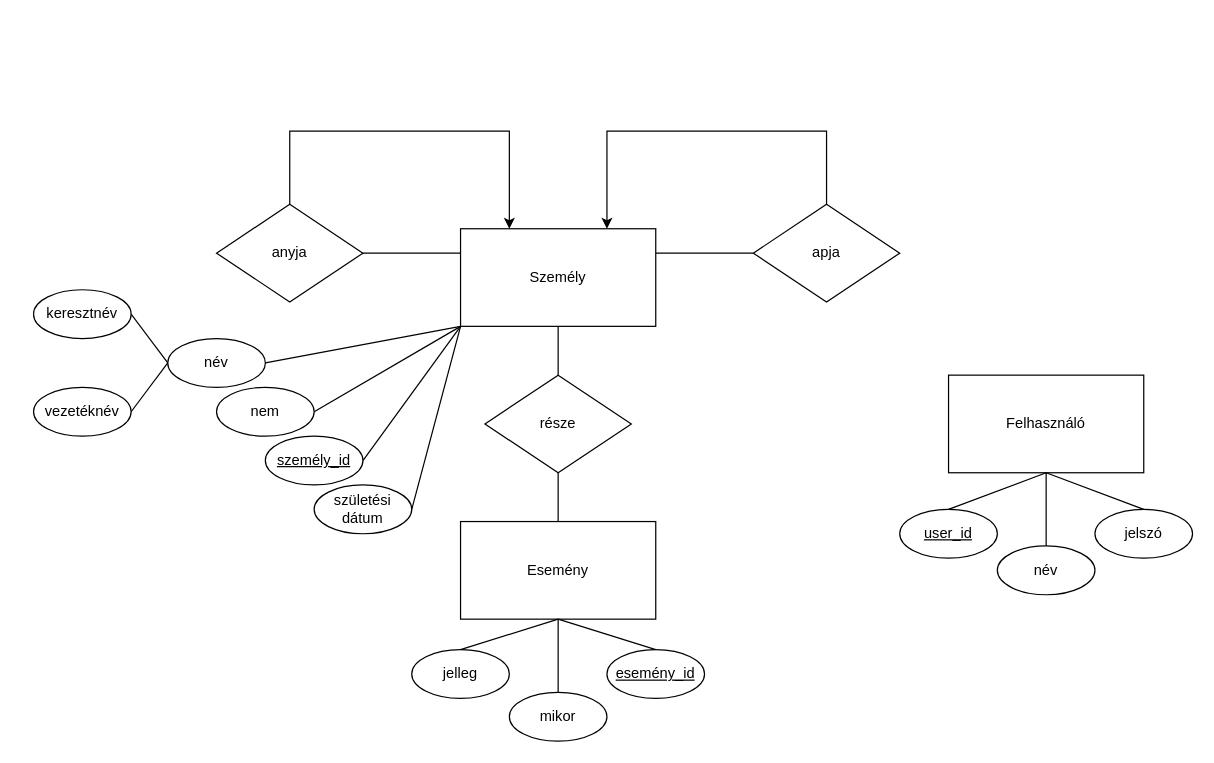
Before: Családfa EK.drawio in bodorcy/adatb_csaladfa, a draw.io diagram. Source tidied: cells renumbered, new cells numbered last; positions are measured from the earlier drawing's top-left corner, leaving out a move shared by most shapes. Both pictures are drawn from the tidied source at 122%, with x=0, y=0 at pixel (33, 131).
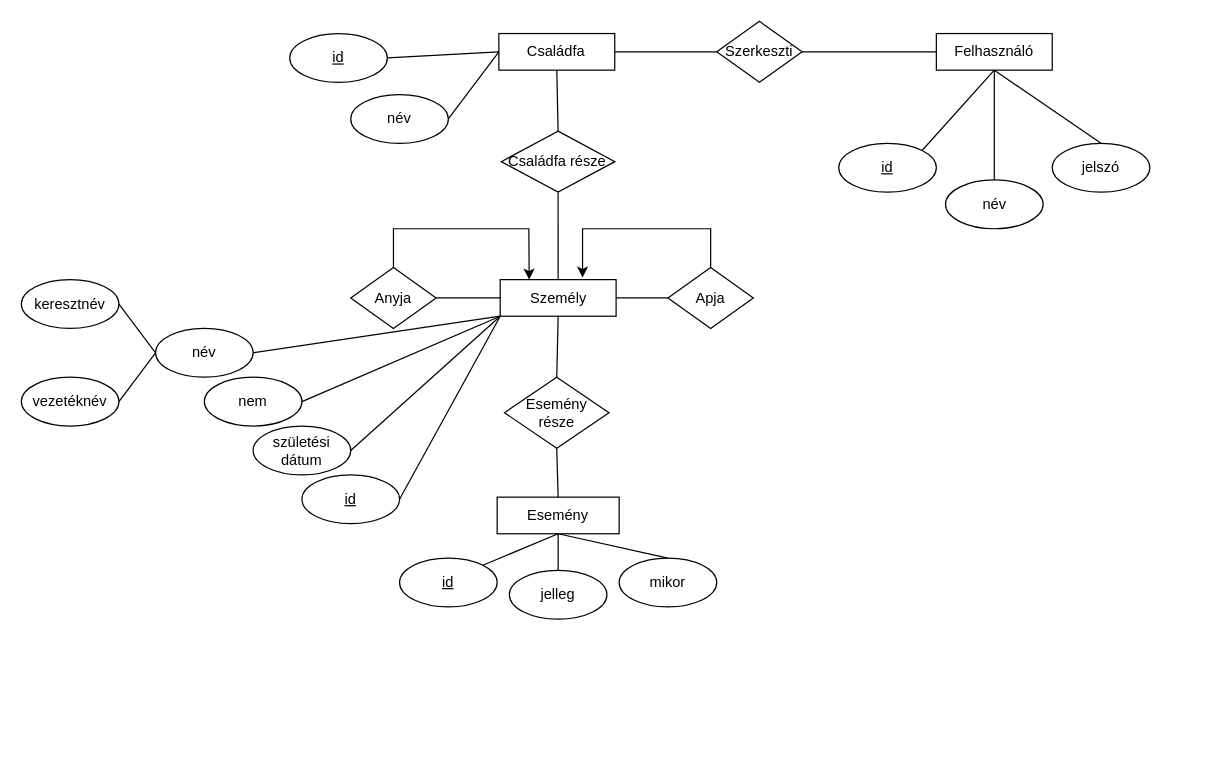
Above is the later version.

The edit, as a diff of the source:
```diff
@@
     <mxCell id="2" value="Személy" style="rounded=0;whiteSpace=wrap;html=1;" parent="1" vertex="1">
-      <mxGeometry x="350" y="80" width="160" height="80" as="geometry" />
+      <mxGeometry x="382.5" y="121.7" width="95" height="30" as="geometry" />
     </mxCell>
     <mxCell id="3" value="név" style="ellipse;whiteSpace=wrap;html=1;" parent="1" vertex="1">
-      <mxGeometry x="110" y="170" width="80" height="40" as="geometry" />
+      <mxGeometry x="100" y="161.7" width="80" height="40" as="geometry" />
     </mxCell>
     <mxCell id="4" value="&lt;div&gt;vezetéknév&lt;/div&gt;" style="ellipse;whiteSpace=wrap;html=1;" parent="1" vertex="1">
-      <mxGeometry y="210" width="80" height="40" as="geometry" />
+      <mxGeometry x="-10" y="201.7" width="80" height="40" as="geometry" />
     </mxCell>
     <mxCell id="5" value="&lt;div&gt;keresztnév&lt;/div&gt;" style="ellipse;whiteSpace=wrap;html=1;" parent="1" vertex="1">
-      <mxGeometry y="130" width="80" height="40" as="geometry" />
+      <mxGeometry x="-10" y="121.7" width="80" height="40" as="geometry" />
     </mxCell>
@@
     <mxCell id="9" value="nem" style="ellipse;whiteSpace=wrap;html=1;" parent="1" vertex="1">
-      <mxGeometry x="150" y="210" width="80" height="40" as="geometry" />
+      <mxGeometry x="140" y="201.7" width="80" height="40" as="geometry" />
     </mxCell>
     <mxCell id="10" value="születési dátum" style="ellipse;whiteSpace=wrap;html=1;" parent="1" vertex="1">
-      <mxGeometry x="230" y="290" width="80" height="40" as="geometry" />
+      <mxGeometry x="180" y="241.7" width="80" height="40" as="geometry" />
     </mxCell>
-    <mxCell id="11" value="&lt;u&gt;személy_id&lt;/u&gt;" style="ellipse;whiteSpace=wrap;html=1;" parent="1" vertex="1">
-      <mxGeometry x="190" y="250" width="80" height="40" as="geometry" />
-    </mxCell>
@@
-    <mxCell id="13" style="endArrow=none;html=1;rounded=0;entryX=0;entryY=1;entryDx=0;entryDy=0;exitX=1;exitY=0.5;exitDx=0;exitDy=0;" parent="1" edge="1" source="11" target="2">
-      <mxGeometry relative="1" as="geometry" />
-    </mxCell>
@@
-    <mxCell id="15" value="anyja" style="rhombus;whiteSpace=wrap;html=1;" parent="1" vertex="1">
-      <mxGeometry x="150" y="60" width="120" height="80" as="geometry" />
+    <mxCell id="15" value="Anyja" style="rhombus;whiteSpace=wrap;html=1;" parent="1" vertex="1">
+      <mxGeometry x="260" y="111.7" width="70" height="50" as="geometry" />
     </mxCell>
-    <mxCell id="16" value="apja" style="rhombus;whiteSpace=wrap;html=1;" parent="1" vertex="1">
-      <mxGeometry x="590" y="60" width="120" height="80" as="geometry" />
+    <mxCell id="16" value="Apja" style="rhombus;whiteSpace=wrap;html=1;" parent="1" vertex="1">
+      <mxGeometry x="520" y="111.7" width="70" height="50" as="geometry" />
     </mxCell>
-    <mxCell id="17" style="endArrow=none;html=1;rounded=0;exitX=1;exitY=0.5;exitDx=0;exitDy=0;entryX=0;entryY=0.25;entryDx=0;entryDy=0;" parent="1" edge="1" source="15" target="2">
+    <mxCell id="17" style="endArrow=none;html=1;rounded=0;exitX=1;exitY=0.5;exitDx=0;exitDy=0;entryX=0;entryY=0.5;entryDx=0;entryDy=0;" parent="1" edge="1" source="15" target="2">
       <mxGeometry relative="1" as="geometry" />
     </mxCell>
-    <mxCell id="18" style="endArrow=none;html=1;rounded=0;exitX=1;exitY=0.25;exitDx=0;exitDy=0;entryX=0;entryY=0.5;entryDx=0;entryDy=0;" parent="1" edge="1" source="2" target="16">
+    <mxCell id="18" style="endArrow=none;html=1;rounded=0;exitX=1;exitY=0.5;exitDx=0;exitDy=0;entryX=0;entryY=0.5;entryDx=0;entryDy=0;" parent="1" edge="1" source="2" target="16">
       <mxGeometry relative="1" as="geometry" />
     </mxCell>
     <mxCell id="19" style="endArrow=classic;html=1;rounded=0;exitX=0.5;exitY=0;exitDx=0;exitDy=0;entryX=0.25;entryY=0;entryDx=0;entryDy=0;" parent="1" edge="1" source="15" target="2">
       <mxGeometry relative="1" as="geometry">
         <Array as="points">
-          <mxPoint x="210" />
-          <mxPoint x="390" />
+          <mxPoint x="295" y="80" />
+          <mxPoint x="406" y="80" />
         </Array>
       </mxGeometry>
     </mxCell>
-    <mxCell id="20" style="endArrow=classic;html=1;rounded=0;exitX=0.5;exitY=0;exitDx=0;exitDy=0;entryX=0.75;entryY=0;entryDx=0;entryDy=0;" parent="1" edge="1" source="16" target="2">
+    <mxCell id="20" style="endArrow=classic;html=1;rounded=0;exitX=0.5;exitY=0;exitDx=0;exitDy=0;" parent="1" edge="1" source="16">
       <mxGeometry relative="1" as="geometry">
+        <mxPoint x="450" y="120" as="targetPoint" />
         <Array as="points">
-          <mxPoint x="650" />
-          <mxPoint x="470" />
+          <mxPoint x="555" y="80" />
+          <mxPoint x="450" y="80" />
         </Array>
       </mxGeometry>
     </mxCell>
-    <mxCell id="21" value="Esemény" style="rounded=0;whiteSpace=wrap;html=1;" parent="1" vertex="1">
-      <mxGeometry x="350" y="320" width="160" height="80" as="geometry" />
-    </mxCell>
-    <mxCell id="22" value="&lt;u&gt;esemény_id&lt;/u&gt;" style="ellipse;whiteSpace=wrap;html=1;" parent="1" vertex="1">
-      <mxGeometry x="470" y="425" width="80" height="40" as="geometry" />
-    </mxCell>
     <mxCell id="23" value="mikor" style="ellipse;whiteSpace=wrap;html=1;" parent="1" vertex="1">
-      <mxGeometry x="390" y="460" width="80" height="40" as="geometry" />
+      <mxGeometry x="480" y="350" width="80" height="40" as="geometry" />
     </mxCell>
     <mxCell id="24" value="jelleg" style="ellipse;whiteSpace=wrap;html=1;" parent="1" vertex="1">
-      <mxGeometry x="310" y="425" width="80" height="40" as="geometry" />
+      <mxGeometry x="390" y="360" width="80" height="40" as="geometry" />
     </mxCell>
-    <mxCell id="25" style="endArrow=none;html=1;rounded=0;entryX=0.5;entryY=1;entryDx=0;entryDy=0;exitX=0.5;exitY=0;exitDx=0;exitDy=0;" parent="1" edge="1" source="24" target="21">
-      <mxGeometry relative="1" as="geometry" />
+    <mxCell id="25" style="endArrow=none;html=1;rounded=0;entryX=0.5;entryY=1;entryDx=0;entryDy=0;exitX=0.5;exitY=0;exitDx=0;exitDy=0;" parent="1" edge="1" source="24">
+      <mxGeometry relative="1" as="geometry">
+        <mxPoint x="430" y="330" as="targetPoint" />
+      </mxGeometry>
     </mxCell>
-    <mxCell id="26" style="endArrow=none;html=1;rounded=0;entryX=0.5;entryY=1;entryDx=0;entryDy=0;exitX=0.5;exitY=0;exitDx=0;exitDy=0;" parent="1" edge="1" source="23" target="21">
-      <mxGeometry relative="1" as="geometry" />
+    <mxCell id="26" style="endArrow=none;html=1;rounded=0;entryX=0.5;entryY=1;entryDx=0;entryDy=0;exitX=0.5;exitY=0;exitDx=0;exitDy=0;" parent="1" edge="1" source="23">
+      <mxGeometry relative="1" as="geometry">
+        <mxPoint x="430" y="330" as="targetPoint" />
+      </mxGeometry>
     </mxCell>
-    <mxCell id="27" style="endArrow=none;html=1;rounded=0;entryX=0.5;entryY=1;entryDx=0;entryDy=0;exitX=0.5;exitY=0;exitDx=0;exitDy=0;" parent="1" edge="1" source="22" target="21">
-      <mxGeometry relative="1" as="geometry" />
-    </mxCell>
-    <mxCell id="28" value="része" style="rhombus;whiteSpace=wrap;html=1;" parent="1" vertex="1">
-      <mxGeometry x="370" y="200" width="120" height="80" as="geometry" />
-    </mxCell>
@@
-    <mxCell id="30" style="endArrow=none;html=1;rounded=0;entryX=0.5;entryY=1;entryDx=0;entryDy=0;exitX=0.5;exitY=0;exitDx=0;exitDy=0;" parent="1" edge="1" source="21" target="28">
-      <mxGeometry relative="1" as="geometry" />
-    </mxCell>
     <mxCell id="31" value="Felhasználó" style="rounded=0;whiteSpace=wrap;html=1;" parent="1" vertex="1">
-      <mxGeometry x="750" y="200" width="160" height="80" as="geometry" />
+      <mxGeometry x="740" y="-80" width="95" height="30" as="geometry" />
     </mxCell>
-    <mxCell id="32" value="&lt;u&gt;user_id&lt;/u&gt;" style="ellipse;whiteSpace=wrap;html=1;" parent="1" vertex="1">
-      <mxGeometry x="710" y="310" width="80" height="40" as="geometry" />
+    <mxCell id="32" value="&lt;u&gt;id&lt;/u&gt;" style="ellipse;whiteSpace=wrap;html=1;" parent="1" vertex="1">
+      <mxGeometry x="660" y="10" width="80" height="40" as="geometry" />
     </mxCell>
     <mxCell id="33" value="név" style="ellipse;whiteSpace=wrap;html=1;" parent="1" vertex="1">
-      <mxGeometry x="790" y="340" width="80" height="40" as="geometry" />
+      <mxGeometry x="747.5" y="40" width="80" height="40" as="geometry" />
     </mxCell>
     <mxCell id="34" value="jelszó" style="ellipse;whiteSpace=wrap;html=1;" parent="1" vertex="1">
-      <mxGeometry x="870" y="310" width="80" height="40" as="geometry" />
+      <mxGeometry x="835" y="10" width="80" height="40" as="geometry" />
     </mxCell>
-    <mxCell id="35" style="endArrow=none;html=1;rounded=0;entryX=0.5;entryY=1;entryDx=0;entryDy=0;exitX=0.5;exitY=0;exitDx=0;exitDy=0;" parent="1" edge="1" target="31">
-      <mxGeometry relative="1" as="geometry">
-        <mxPoint x="750" y="310" as="sourcePoint" />
-      </mxGeometry>
+    <mxCell id="35" style="endArrow=none;html=1;rounded=0;entryX=0.5;entryY=1;entryDx=0;entryDy=0;exitX=1;exitY=0;exitDx=0;exitDy=0;" parent="1" edge="1" source="32" target="31">
+      <mxGeometry relative="1" as="geometry" />
     </mxCell>
-    <mxCell id="36" style="endArrow=none;html=1;rounded=0;exitX=0.5;exitY=0;exitDx=0;exitDy=0;" parent="1" edge="1" source="33">
-      <mxGeometry relative="1" as="geometry">
-        <mxPoint x="830" y="280" as="targetPoint" />
-      </mxGeometry>
+    <mxCell id="36" style="endArrow=none;html=1;rounded=0;exitX=0.5;exitY=0;exitDx=0;exitDy=0;entryX=0.5;entryY=1;entryDx=0;entryDy=0;" parent="1" edge="1" source="33" target="31">
+      <mxGeometry relative="1" as="geometry" />
     </mxCell>
-    <mxCell id="37" style="endArrow=none;html=1;rounded=0;exitX=0.5;exitY=0;exitDx=0;exitDy=0;" parent="1" edge="1" source="34">
-      <mxGeometry relative="1" as="geometry">
-        <mxPoint x="830" y="280" as="targetPoint" />
-      </mxGeometry>
+    <mxCell id="37" style="endArrow=none;html=1;rounded=0;exitX=0.5;exitY=0;exitDx=0;exitDy=0;entryX=0.5;entryY=1;entryDx=0;entryDy=0;" parent="1" edge="1" source="34" target="31">
+      <mxGeometry relative="1" as="geometry" />
     </mxCell>
+    <mxCell id="38" style="group;" parent="1" vertex="1">
+      <mxGeometry x="378.9" y="201.7" width="100" height="61.7" as="geometry" />
+    </mxCell>
+    <mxCell id="28" value="Esemény&lt;div&gt;része&lt;/div&gt;" style="rhombus;whiteSpace=wrap;html=1;" parent="38" vertex="1">
+      <mxGeometry x="7.1" width="85.7" height="58.2" as="geometry" />
+    </mxCell>
+    <mxCell id="39" style="group;" parent="1" vertex="1">
+      <mxGeometry x="380" y="300" width="100" height="30" as="geometry" />
+    </mxCell>
+    <mxCell id="21" value="Esemény" style="rounded=0;whiteSpace=wrap;html=1;" parent="39" vertex="1">
+      <mxGeometry width="100" height="30" as="geometry" />
+    </mxCell>
+    <mxCell id="40" value="&lt;u&gt;id&lt;/u&gt;" style="ellipse;whiteSpace=wrap;html=1;" parent="1" vertex="1">
+      <mxGeometry x="220" y="281.7" width="80" height="40" as="geometry" />
+    </mxCell>
+    <mxCell id="41" style="endArrow=none;html=1;rounded=0;entryX=0;entryY=1;entryDx=0;entryDy=0;exitX=1;exitY=0.5;exitDx=0;exitDy=0;" parent="1" edge="1" source="40" target="2">
+      <mxGeometry relative="1" as="geometry" />
+    </mxCell>
+    <mxCell id="42" value="Családfa" style="rounded=0;whiteSpace=wrap;html=1;" parent="1" vertex="1">
+      <mxGeometry x="381.4" y="-80" width="95" height="30" as="geometry" />
+    </mxCell>
+    <mxCell id="43" value="&lt;u&gt;id&lt;/u&gt;" style="ellipse;whiteSpace=wrap;html=1;" parent="1" vertex="1">
+      <mxGeometry x="210" y="-80" width="80" height="40" as="geometry" />
+    </mxCell>
+    <mxCell id="44" style="endArrow=none;html=1;rounded=0;exitX=1;exitY=0.5;exitDx=0;exitDy=0;entryX=0;entryY=0.5;entryDx=0;entryDy=0;" parent="1" edge="1" source="43" target="42">
+      <mxGeometry relative="1" as="geometry" />
+    </mxCell>
+    <mxCell id="45" value="név" style="ellipse;whiteSpace=wrap;html=1;" parent="1" vertex="1">
+      <mxGeometry x="260" y="-30" width="80" height="40" as="geometry" />
+    </mxCell>
+    <mxCell id="46" style="endArrow=none;html=1;rounded=0;exitX=1;exitY=0.5;exitDx=0;exitDy=0;entryX=0;entryY=0.5;entryDx=0;entryDy=0;" parent="1" edge="1" source="45" target="42">
+      <mxGeometry relative="1" as="geometry" />
+    </mxCell>
+    <mxCell id="47" value="Családfa része" style="rhombus;whiteSpace=wrap;html=1;" parent="1" vertex="1">
+      <mxGeometry x="383.4" width="93.1" height="50" as="geometry" />
+    </mxCell>
+    <mxCell id="48" style="endArrow=none;html=1;rounded=0;exitX=0.5;exitY=0;exitDx=0;exitDy=0;entryX=0.5;entryY=1;entryDx=0;entryDy=0;" parent="1" edge="1" source="47" target="42">
+      <mxGeometry relative="1" as="geometry" />
+    </mxCell>
+    <mxCell id="49" style="endArrow=none;html=1;rounded=0;exitX=0.5;exitY=0;exitDx=0;exitDy=0;entryX=0.5;entryY=1;entryDx=0;entryDy=0;" parent="1" edge="1" source="2" target="47">
+      <mxGeometry relative="1" as="geometry" />
+    </mxCell>
+    <mxCell id="50" value="Szerkeszti" style="rhombus;whiteSpace=wrap;html=1;" parent="1" vertex="1">
+      <mxGeometry x="560" y="-90" width="70" height="50" as="geometry" />
+    </mxCell>
+    <mxCell id="51" style="endArrow=none;html=1;rounded=0;exitX=1;exitY=0.5;exitDx=0;exitDy=0;entryX=0;entryY=0.5;entryDx=0;entryDy=0;" parent="1" edge="1" source="42" target="50">
+      <mxGeometry relative="1" as="geometry" />
+    </mxCell>
+    <mxCell id="52" style="endArrow=none;html=1;rounded=0;exitX=0;exitY=0.5;exitDx=0;exitDy=0;entryX=1;entryY=0.5;entryDx=0;entryDy=0;" parent="1" edge="1" source="31" target="50">
+      <mxGeometry relative="1" as="geometry" />
+    </mxCell>
+    <mxCell id="30" style="endArrow=none;html=1;rounded=0;entryX=0.5;entryY=1;entryDx=0;entryDy=0;exitX=0.5;exitY=0;exitDx=0;exitDy=0;" parent="1" edge="1" source="21" target="28">
+      <mxGeometry relative="1" as="geometry" />
+    </mxCell>
+    <mxCell id="53" value="&lt;u&gt;id&lt;/u&gt;" style="ellipse;whiteSpace=wrap;html=1;" parent="1" vertex="1">
+      <mxGeometry x="300" y="350" width="80" height="40" as="geometry" />
+    </mxCell>
+    <mxCell id="54" style="endArrow=none;html=1;rounded=0;entryX=0.5;entryY=1;entryDx=0;entryDy=0;exitX=1;exitY=0;exitDx=0;exitDy=0;" parent="1" edge="1" source="53" target="21">
+      <mxGeometry relative="1" as="geometry" />
+    </mxCell>
```
